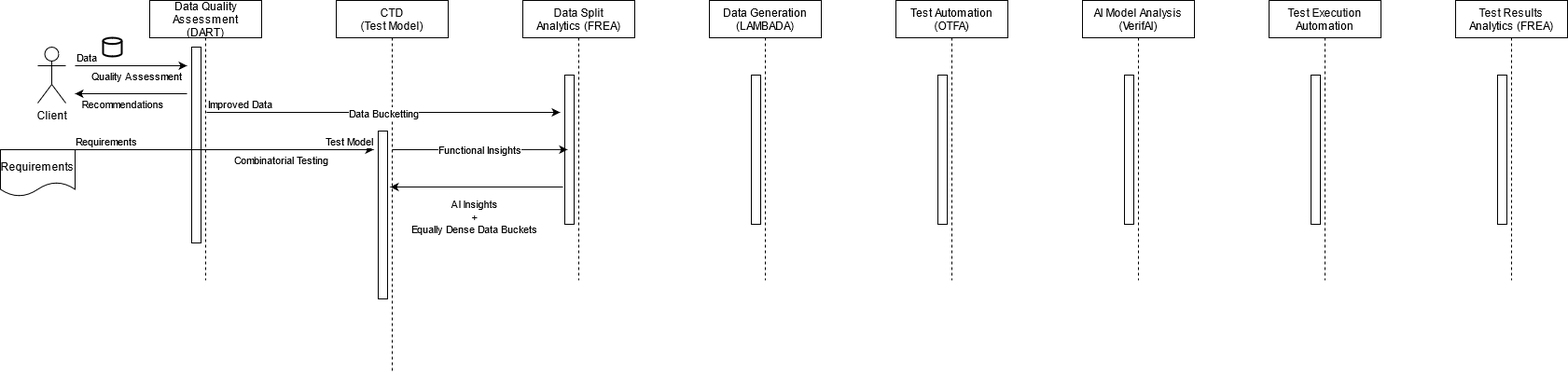
Before: FACT Process Flow.png, a diagram exported from draw.io (ilanjaya/TestCOE). Source tidied: cells renumbered, new cells last; positions are measured from the earlier drawing's top-left corner, leaving out a move shared by most shapes.
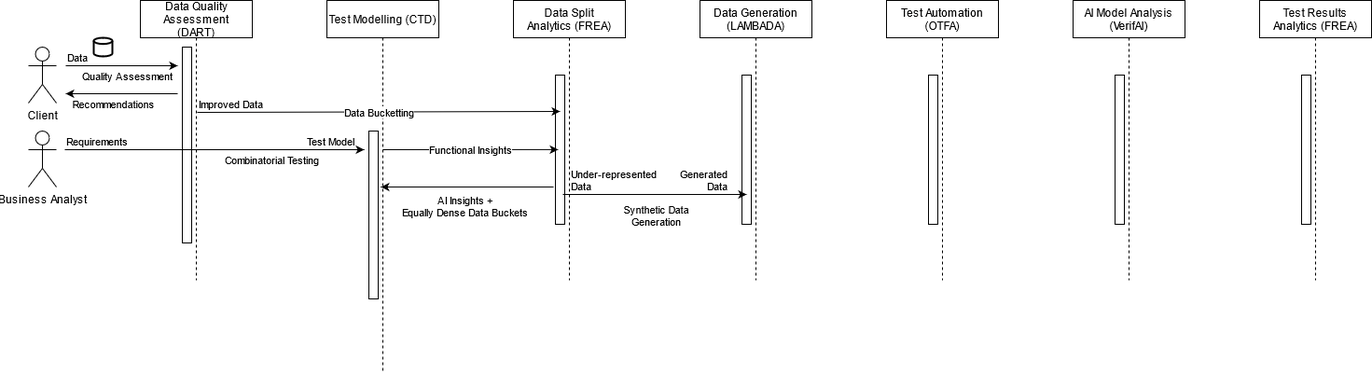
After the change.

What changed in the source:
```diff
@@ -8,7 +8,7 @@
     <mxCell id="3" style="perimeter=orthogonalPerimeter;rounded=0;shadow=0;strokeWidth=1;" parent="2" vertex="1">
       <mxGeometry x="45" y="50" width="10" height="210" as="geometry" />
     </mxCell>
-    <mxCell id="4" value="CTD&#10;(Test Model)" style="shape=umlLifeline;perimeter=lifelinePerimeter;rounded=0;shadow=0;strokeWidth=1;" parent="1" vertex="1">
+    <mxCell id="4" value="Test Modelling (CTD)" style="shape=umlLifeline;perimeter=lifelinePerimeter;rounded=0;shadow=0;strokeWidth=1;" parent="1" vertex="1">
       <mxGeometry x="360" width="120" height="400" as="geometry" />
     </mxCell>
     <mxCell id="5" style="perimeter=orthogonalPerimeter;rounded=0;shadow=0;strokeWidth=1;" parent="4" vertex="1">
@@ -38,15 +38,6 @@
     <mxCell id="13" style="perimeter=orthogonalPerimeter;rounded=0;shadow=0;strokeWidth=1;" parent="12" vertex="1">
       <mxGeometry x="45" y="80" width="10" height="160" as="geometry" />
     </mxCell>
-    <mxCell id="14" value="Test Execution &#10;Automation" style="shape=umlLifeline;perimeter=lifelinePerimeter;rounded=0;shadow=0;strokeWidth=1;" parent="1" vertex="1">
-      <mxGeometry x="1360" width="120" height="300" as="geometry" />
-    </mxCell>
-    <mxCell id="15" style="perimeter=orthogonalPerimeter;rounded=0;shadow=0;strokeWidth=1;" parent="14" vertex="1">
-      <mxGeometry x="45" y="80" width="10" height="160" as="geometry" />
-    </mxCell>
-    <mxCell id="16" value="Requirements" style="shape=document;whiteSpace=wrap;html=1;boundedLbl=1;" parent="1" vertex="1">
-      <mxGeometry y="160" width="80" height="50" as="geometry" />
-    </mxCell>
     <mxCell id="17" style="strokeWidth=2;html=1;shape=mxgraph.flowchart.database;whiteSpace=wrap;" parent="1" vertex="1">
       <mxGeometry x="110" y="40" width="20" height="20" as="geometry" />
     </mxCell>
@@ -65,7 +56,9 @@
       <mxGeometry x="-1" relative="1" as="geometry" />
     </mxCell>
     <mxCell id="21" value="Test Model" style="edgeLabel;html=1;align=right;verticalAlign=bottom;" parent="18" vertex="1">
-      <mxGeometry x="1" relative="1" as="geometry" />
+      <mxGeometry x="1" relative="1" as="geometry">
+        <mxPoint x="-10" as="offset" />
+      </mxGeometry>
     </mxCell>
     <mxCell id="22" style="endArrow=classic;html=1;entryX=0.4;entryY=0.533;entryDx=0;entryDy=0;entryPerimeter=0;" parent="1" edge="1" target="6">
       <mxGeometry relative="1" as="geometry">
@@ -80,9 +73,9 @@
         <mxPoint x="603" y="200" as="sourcePoint" />
       </mxGeometry>
     </mxCell>
-    <mxCell id="25" value="&lt;div&gt;AI Insights &lt;br&gt;&lt;/div&gt;&lt;div&gt;+&lt;/div&gt;&lt;div&gt;Equally Dense Data Buckets&lt;br&gt;&lt;/div&gt;" style="edgeLabel;html=1;align=center;verticalAlign=middle;" parent="24" vertex="1">
+    <mxCell id="25" value="&lt;div&gt;AI Insights +&lt;/div&gt;&lt;div&gt;Equally Dense Data Buckets&lt;br&gt;&lt;/div&gt;" style="edgeLabel;html=1;align=center;verticalAlign=middle;" parent="24" vertex="1">
       <mxGeometry relative="1" as="geometry">
-        <mxPoint x="-3" y="31" as="offset" />
+        <mxPoint x="-3" y="20" as="offset" />
       </mxGeometry>
     </mxCell>
     <mxCell id="26" style="endArrow=classic;html=1;" parent="1" edge="1">
@@ -117,14 +110,14 @@
       <mxGeometry x="-1" relative="1" as="geometry" />
     </mxCell>
     <mxCell id="32" value="Test Results &#10;Analytics (FREA)" style="shape=umlLifeline;perimeter=lifelinePerimeter;rounded=0;shadow=0;strokeWidth=1;" parent="1" vertex="1">
-      <mxGeometry x="1560" width="120" height="300" as="geometry" />
+      <mxGeometry x="1360" width="120" height="300" as="geometry" />
     </mxCell>
     <mxCell id="33" style="perimeter=orthogonalPerimeter;rounded=0;shadow=0;strokeWidth=1;" parent="32" vertex="1">
       <mxGeometry x="45" y="80" width="10" height="160" as="geometry" />
     </mxCell>
     <mxCell id="34" style="endArrow=classic;html=1;exitX=0.508;exitY=0.4;exitDx=0;exitDy=0;exitPerimeter=0;" parent="1" edge="1" source="2">
       <mxGeometry relative="1" as="geometry">
-        <mxPoint x="600" y="120" as="targetPoint" />
+        <mxPoint x="610" y="119" as="targetPoint" />
       </mxGeometry>
     </mxCell>
     <mxCell id="35" value="Data Bucketting" style="edgeLabel;html=1;align=center;verticalAlign=middle;" parent="34" vertex="1">
@@ -133,5 +126,28 @@
     <mxCell id="36" value="Improved Data" style="edgeLabel;html=1;align=left;verticalAlign=bottom;" parent="34" vertex="1">
       <mxGeometry x="-1" relative="1" as="geometry" />
     </mxCell>
+    <mxCell id="37" value="Business Analyst" style="shape=umlActor;verticalLabelPosition=bottom;verticalAlign=top;html=1;" parent="1" vertex="1">
+      <mxGeometry x="40" y="140" width="30" height="60" as="geometry" />
+    </mxCell>
+    <mxCell id="38" style="endArrow=classic;html=1;exitX=0.8;exitY=0.8;exitDx=0;exitDy=0;exitPerimeter=0;" parent="1" edge="1" source="7">
+      <mxGeometry relative="1" as="geometry">
+        <mxPoint x="810" y="208" as="targetPoint" />
+      </mxGeometry>
+    </mxCell>
+    <mxCell id="39" value="&lt;div&gt;Synthetic Data &lt;br&gt;&lt;/div&gt;&lt;div&gt;Generation&lt;/div&gt;" style="edgeLabel;html=1;align=center;verticalAlign=middle;" parent="38" vertex="1">
+      <mxGeometry relative="1" as="geometry">
+        <mxPoint y="22" as="offset" />
+      </mxGeometry>
+    </mxCell>
+    <mxCell id="40" value="&lt;div&gt;Under-represented&lt;/div&gt;&lt;div&gt; Data&lt;/div&gt;" style="edgeLabel;html=1;align=left;verticalAlign=bottom;" parent="38" vertex="1">
+      <mxGeometry x="-1" relative="1" as="geometry">
+        <mxPoint x="7" as="offset" />
+      </mxGeometry>
+    </mxCell>
+    <mxCell id="41" value="&lt;div&gt;&amp;nbsp;&lt;br&gt;&lt;/div&gt;&lt;div&gt;Generated &lt;br&gt;&lt;/div&gt;&lt;div&gt;Data&lt;/div&gt;" style="edgeLabel;html=1;align=right;verticalAlign=bottom;" parent="38" vertex="1">
+      <mxGeometry x="1" relative="1" as="geometry">
+        <mxPoint x="-20" as="offset" />
+      </mxGeometry>
+    </mxCell>
   </root>
 </mxGraphModel>
```
